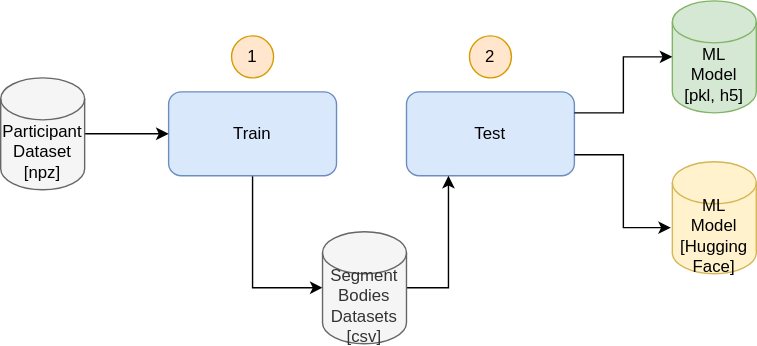
The draw.io diagram section2/assets/images/train-pipeline.svg in SiMuR-UO/uniovi-simur-wearablepermed-wiki, before a commit. Source tidied: cells renumbered, new cells last; positions are measured from the earlier drawing's top-left corner, leaving out a move shared by most shapes. Its diagram source:
```xml
<mxGraphModel>
  <root>
    <mxCell id="0" />
    <mxCell id="1" parent="0" />
    <mxCell id="2" style="edgeStyle=orthogonalEdgeStyle;rounded=0;jettySize=auto;html=1;entryX=0;entryY=0.5;entryDx=0;entryDy=0;exitX=0.5;exitY=1;exitDx=0;exitDy=0;entryPerimeter=0;" parent="1" edge="1" source="3" target="11">
      <mxGeometry relative="1" as="geometry" />
    </mxCell>
    <mxCell id="3" value="Train" style="rounded=1;whiteSpace=wrap;html=1;fillColor=#dae8fc;strokeColor=#6c8ebf;" parent="1" vertex="1">
      <mxGeometry x="120" y="65" width="120" height="60" as="geometry" />
    </mxCell>
    <mxCell id="4" style="edgeStyle=orthogonalEdgeStyle;rounded=0;jettySize=auto;html=1;" parent="1" edge="1" source="5" target="3">
      <mxGeometry relative="1" as="geometry" />
    </mxCell>
    <mxCell id="5" value="&lt;div&gt;&lt;span style=&quot;color: rgb(0, 0, 0);&quot;&gt;Participant&lt;/span&gt;&lt;div style=&quot;color: rgb(0, 0, 0);&quot;&gt;Dataset&lt;/div&gt;&lt;div style=&quot;color: rgb(0, 0, 0);&quot;&gt;[npz]&lt;/div&gt;&lt;/div&gt;" style="shape=cylinder3;whiteSpace=wrap;html=1;boundedLbl=1;backgroundOutline=1;size=15;fillColor=#f5f5f5;fontColor=#333333;strokeColor=#666666;" parent="1" vertex="1">
      <mxGeometry y="55" width="60" height="80" as="geometry" />
    </mxCell>
    <mxCell id="6" value="Test" style="rounded=1;whiteSpace=wrap;html=1;fillColor=#dae8fc;strokeColor=#6c8ebf;" parent="1" vertex="1">
      <mxGeometry x="290" y="65" width="120" height="60" as="geometry" />
    </mxCell>
    <mxCell id="7" value="ML&lt;div&gt;Model&lt;/div&gt;&lt;div&gt;[pkl, h5]&lt;/div&gt;" style="shape=cylinder3;whiteSpace=wrap;html=1;boundedLbl=1;backgroundOutline=1;size=15;fillColor=#d5e8d4;strokeColor=#82b366;" parent="1" vertex="1">
      <mxGeometry x="480" width="60" height="80" as="geometry" />
    </mxCell>
    <mxCell id="8" value="1" style="ellipse;whiteSpace=wrap;html=1;fillColor=#ffe6cc;strokeColor=#d79b00;" parent="1" vertex="1">
      <mxGeometry x="165" y="25" width="30" height="30" as="geometry" />
    </mxCell>
    <mxCell id="9" value="2" style="ellipse;whiteSpace=wrap;html=1;fillColor=#ffe6cc;strokeColor=#d79b00;" parent="1" vertex="1">
      <mxGeometry x="335" y="25" width="30" height="30" as="geometry" />
    </mxCell>
    <mxCell id="10" style="edgeStyle=orthogonalEdgeStyle;rounded=0;jettySize=auto;html=1;entryX=0.25;entryY=1;entryDx=0;entryDy=0;exitX=1;exitY=0.5;exitDx=0;exitDy=0;exitPerimeter=0;" parent="1" edge="1" source="11" target="6">
      <mxGeometry relative="1" as="geometry" />
    </mxCell>
    <mxCell id="11" value="&lt;span style=&quot;background-color: transparent; color: light-dark(rgb(51, 51, 51), rgb(193, 193, 193));&quot;&gt;Segment&lt;/span&gt;&lt;div&gt;Bodies&lt;br&gt;Datasets&lt;br&gt;[csv]&lt;/div&gt;" style="shape=cylinder3;whiteSpace=wrap;html=1;boundedLbl=1;backgroundOutline=1;size=15;fillColor=#f5f5f5;fontColor=#333333;strokeColor=#666666;" parent="1" vertex="1">
      <mxGeometry x="230" y="165" width="60" height="80" as="geometry" />
    </mxCell>
    <mxCell id="12" style="edgeStyle=orthogonalEdgeStyle;rounded=0;jettySize=auto;html=1;exitX=1;exitY=0.25;exitDx=0;exitDy=0;entryX=0;entryY=0.5;entryDx=0;entryDy=0;entryPerimeter=0;" parent="1" edge="1" source="6" target="7">
      <mxGeometry relative="1" as="geometry" />
    </mxCell>
    <mxCell id="13" value="ML&lt;div&gt;Model&lt;/div&gt;&lt;div&gt;[Hugging Face]&lt;/div&gt;" style="shape=cylinder3;whiteSpace=wrap;html=1;boundedLbl=1;backgroundOutline=1;size=15;fillColor=#fff2cc;strokeColor=#d6b656;" parent="1" vertex="1">
      <mxGeometry x="480" y="115" width="60" height="80" as="geometry" />
    </mxCell>
    <mxCell id="14" style="edgeStyle=orthogonalEdgeStyle;rounded=0;jettySize=auto;html=1;exitX=1;exitY=0.75;exitDx=0;exitDy=0;entryX=-0.017;entryY=0.588;entryDx=0;entryDy=0;entryPerimeter=0;" parent="1" edge="1" source="6" target="13">
      <mxGeometry relative="1" as="geometry" />
    </mxCell>
  </root>
</mxGraphModel>
```
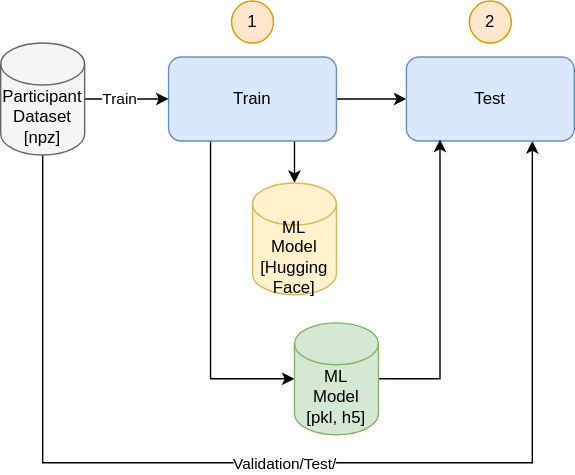
The same diagram one commit later.

Change to the diagram source:
```diff
@@ -2,23 +2,48 @@
   <root>
     <mxCell id="0" />
     <mxCell id="1" parent="0" />
-    <mxCell id="2" style="edgeStyle=orthogonalEdgeStyle;rounded=0;jettySize=auto;html=1;entryX=0;entryY=0.5;entryDx=0;entryDy=0;exitX=0.5;exitY=1;exitDx=0;exitDy=0;entryPerimeter=0;" parent="1" edge="1" source="3" target="11">
-      <mxGeometry relative="1" as="geometry" />
-    </mxCell>
+    <mxCell id="15" style="edgeStyle=orthogonalEdgeStyle;rounded=0;jettySize=auto;html=1;exitX=0.25;exitY=1;exitDx=0;exitDy=0;entryX=0;entryY=0.5;entryDx=0;entryDy=0;entryPerimeter=0;" parent="1" edge="1" source="3" target="7">
+      <mxGeometry relative="1" as="geometry" />
+    </mxCell>
+    <mxCell id="16" style="edgeStyle=orthogonalEdgeStyle;rounded=0;jettySize=auto;html=1;exitX=0.75;exitY=1;exitDx=0;exitDy=0;" parent="1" edge="1" source="3" target="13">
+      <mxGeometry relative="1" as="geometry" />
+    </mxCell>
+    <mxCell id="17" style="edgeStyle=orthogonalEdgeStyle;rounded=0;jettySize=auto;html=1;entryX=0;entryY=0.5;entryDx=0;entryDy=0;" parent="1" edge="1" source="3" target="6">
+      <mxGeometry relative="1" as="geometry" />
+    </mxCell>
     <mxCell id="3" value="Train" style="rounded=1;whiteSpace=wrap;html=1;fillColor=#dae8fc;strokeColor=#6c8ebf;" parent="1" vertex="1">
       <mxGeometry x="120" y="65" width="120" height="60" as="geometry" />
     </mxCell>
     <mxCell id="4" style="edgeStyle=orthogonalEdgeStyle;rounded=0;jettySize=auto;html=1;" parent="1" edge="1" source="5" target="3">
       <mxGeometry relative="1" as="geometry" />
     </mxCell>
+    <mxCell id="18" value="Train" style="edgeLabel;html=1;align=center;verticalAlign=middle;" parent="4" vertex="1">
+      <mxGeometry x="-0.2" y="1" relative="1" as="geometry" />
+    </mxCell>
+    <mxCell id="19" style="edgeStyle=orthogonalEdgeStyle;rounded=0;jettySize=auto;html=1;entryX=0.75;entryY=1;entryDx=0;entryDy=0;" parent="1" edge="1" source="5" target="6">
+      <mxGeometry relative="1" as="geometry">
+        <Array as="points">
+          <mxPoint x="30" y="355" />
+          <mxPoint x="380" y="355" />
+        </Array>
+      </mxGeometry>
+    </mxCell>
+    <mxCell id="20" value="Validation/Test/" style="edgeLabel;html=1;align=center;verticalAlign=middle;" parent="19" vertex="1">
+      <mxGeometry x="-0.1" y="3" relative="1" as="geometry">
+        <mxPoint x="33" y="3" as="offset" />
+      </mxGeometry>
+    </mxCell>
     <mxCell id="5" value="&lt;div&gt;&lt;span style=&quot;color: rgb(0, 0, 0);&quot;&gt;Participant&lt;/span&gt;&lt;div style=&quot;color: rgb(0, 0, 0);&quot;&gt;Dataset&lt;/div&gt;&lt;div style=&quot;color: rgb(0, 0, 0);&quot;&gt;[npz]&lt;/div&gt;&lt;/div&gt;" style="shape=cylinder3;whiteSpace=wrap;html=1;boundedLbl=1;backgroundOutline=1;size=15;fillColor=#f5f5f5;fontColor=#333333;strokeColor=#666666;" parent="1" vertex="1">
       <mxGeometry y="55" width="60" height="80" as="geometry" />
     </mxCell>
     <mxCell id="6" value="Test" style="rounded=1;whiteSpace=wrap;html=1;fillColor=#dae8fc;strokeColor=#6c8ebf;" parent="1" vertex="1">
       <mxGeometry x="290" y="65" width="120" height="60" as="geometry" />
     </mxCell>
+    <mxCell id="21" style="edgeStyle=orthogonalEdgeStyle;rounded=0;jettySize=auto;html=1;entryX=0.2;entryY=0.983;entryDx=0;entryDy=0;entryPerimeter=0;" parent="1" edge="1" source="7" target="6">
+      <mxGeometry relative="1" as="geometry" />
+    </mxCell>
     <mxCell id="7" value="ML&lt;div&gt;Model&lt;/div&gt;&lt;div&gt;[pkl, h5]&lt;/div&gt;" style="shape=cylinder3;whiteSpace=wrap;html=1;boundedLbl=1;backgroundOutline=1;size=15;fillColor=#d5e8d4;strokeColor=#82b366;" parent="1" vertex="1">
-      <mxGeometry x="480" width="60" height="80" as="geometry" />
+      <mxGeometry x="210" y="255" width="60" height="80" as="geometry" />
     </mxCell>
     <mxCell id="8" value="1" style="ellipse;whiteSpace=wrap;html=1;fillColor=#ffe6cc;strokeColor=#d79b00;" parent="1" vertex="1">
       <mxGeometry x="165" y="25" width="30" height="30" as="geometry" />
@@ -26,20 +51,8 @@
     <mxCell id="9" value="2" style="ellipse;whiteSpace=wrap;html=1;fillColor=#ffe6cc;strokeColor=#d79b00;" parent="1" vertex="1">
       <mxGeometry x="335" y="25" width="30" height="30" as="geometry" />
     </mxCell>
-    <mxCell id="10" style="edgeStyle=orthogonalEdgeStyle;rounded=0;jettySize=auto;html=1;entryX=0.25;entryY=1;entryDx=0;entryDy=0;exitX=1;exitY=0.5;exitDx=0;exitDy=0;exitPerimeter=0;" parent="1" edge="1" source="11" target="6">
-      <mxGeometry relative="1" as="geometry" />
-    </mxCell>
-    <mxCell id="11" value="&lt;span style=&quot;background-color: transparent; color: light-dark(rgb(51, 51, 51), rgb(193, 193, 193));&quot;&gt;Segment&lt;/span&gt;&lt;div&gt;Bodies&lt;br&gt;Datasets&lt;br&gt;[csv]&lt;/div&gt;" style="shape=cylinder3;whiteSpace=wrap;html=1;boundedLbl=1;backgroundOutline=1;size=15;fillColor=#f5f5f5;fontColor=#333333;strokeColor=#666666;" parent="1" vertex="1">
-      <mxGeometry x="230" y="165" width="60" height="80" as="geometry" />
-    </mxCell>
-    <mxCell id="12" style="edgeStyle=orthogonalEdgeStyle;rounded=0;jettySize=auto;html=1;exitX=1;exitY=0.25;exitDx=0;exitDy=0;entryX=0;entryY=0.5;entryDx=0;entryDy=0;entryPerimeter=0;" parent="1" edge="1" source="6" target="7">
-      <mxGeometry relative="1" as="geometry" />
-    </mxCell>
     <mxCell id="13" value="ML&lt;div&gt;Model&lt;/div&gt;&lt;div&gt;[Hugging Face]&lt;/div&gt;" style="shape=cylinder3;whiteSpace=wrap;html=1;boundedLbl=1;backgroundOutline=1;size=15;fillColor=#fff2cc;strokeColor=#d6b656;" parent="1" vertex="1">
-      <mxGeometry x="480" y="115" width="60" height="80" as="geometry" />
+      <mxGeometry x="180" y="155" width="60" height="80" as="geometry" />
     </mxCell>
-    <mxCell id="14" style="edgeStyle=orthogonalEdgeStyle;rounded=0;jettySize=auto;html=1;exitX=1;exitY=0.75;exitDx=0;exitDy=0;entryX=-0.017;entryY=0.588;entryDx=0;entryDy=0;entryPerimeter=0;" parent="1" edge="1" source="6" target="13">
-      <mxGeometry relative="1" as="geometry" />
-    </mxCell>
   </root>
 </mxGraphModel>
```
